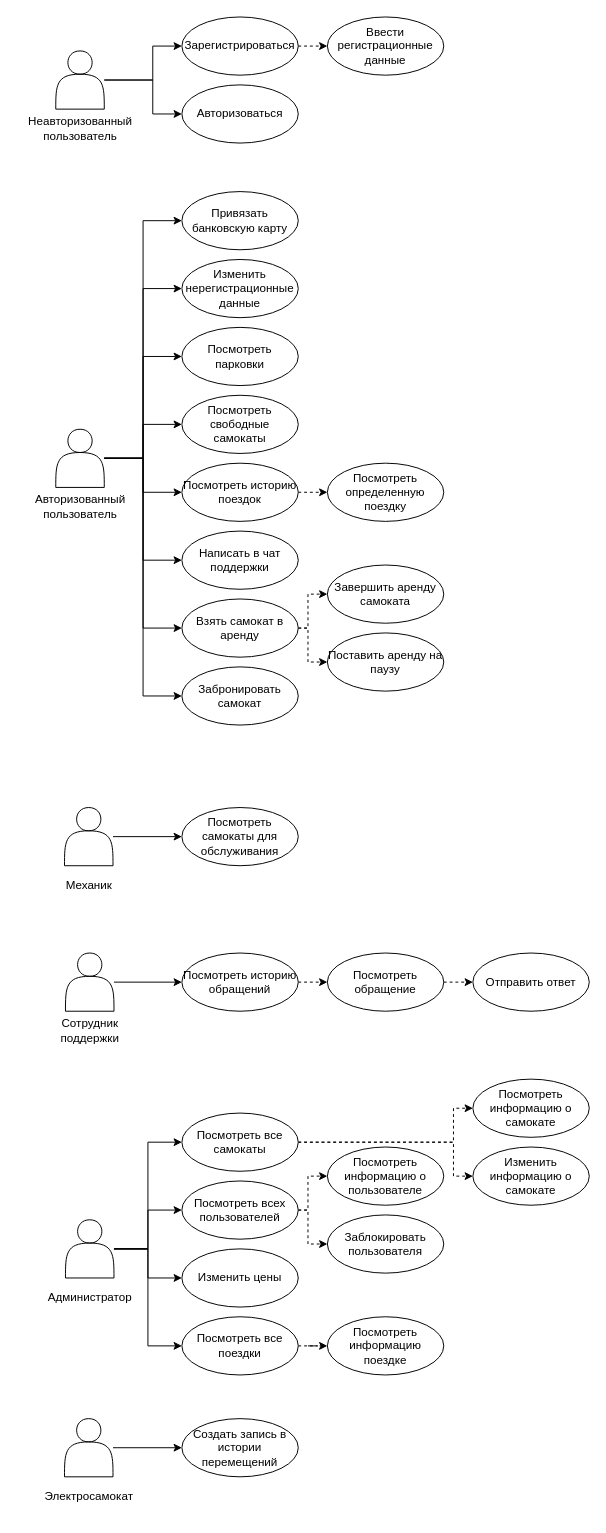
This is docs/inc/img/use-cases.drawio from matveycodes/bmstu-db-cw, a draw.io file, before an edit. Source tidied: cells renumbered, new cells numbered last; positions are measured from the earlier drawing's top-left corner, leaving out a move shared by most shapes. Both pictures are drawn from the tidied source at 97%, with x=0, y=0 at pixel (16, 16).
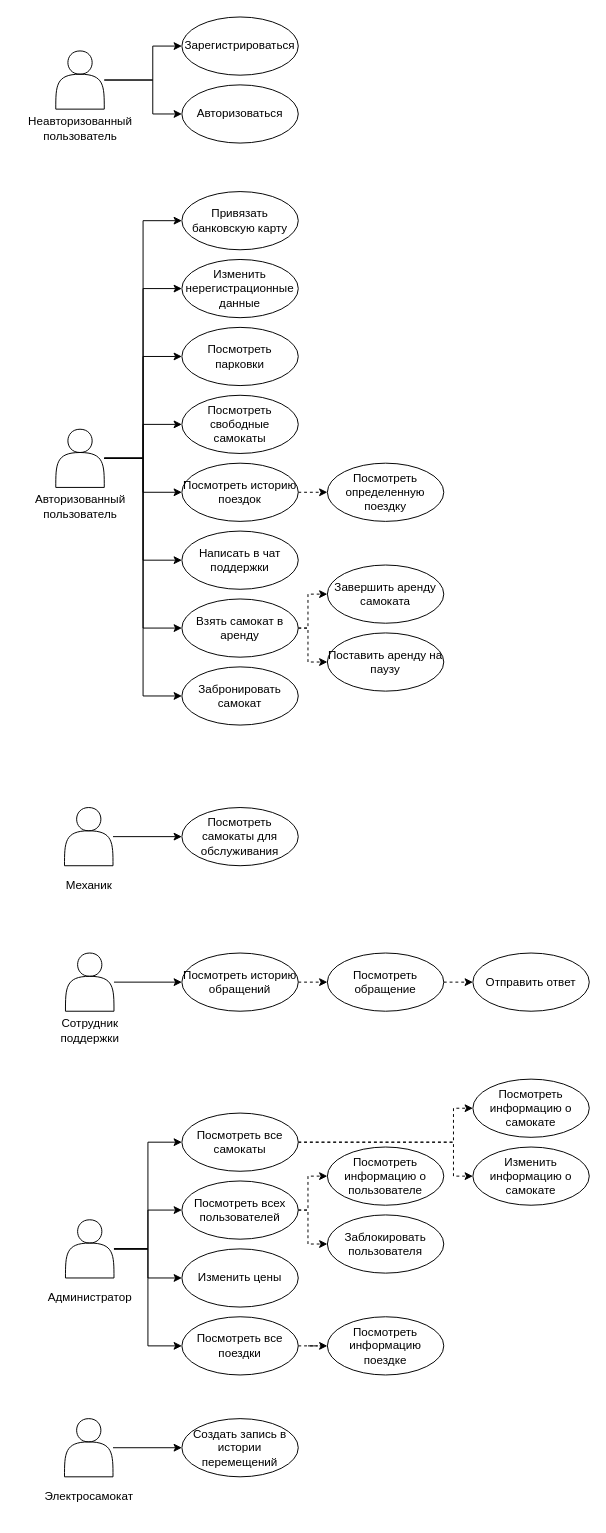
The same page after the edit.

Unchanged cells that the change refers to:
```xml
<mxCell id="5" value="Зарегистрироваться" style="ellipse;whiteSpace=wrap;html=1;" parent="1" vertex="1">
  <mxGeometry x="170" width="120" height="60" as="geometry" />
</mxCell>
```

Change to the diagram source:
```diff
@@
-    <mxCell id="4" style="edgeStyle=orthogonalEdgeStyle;rounded=0;jettySize=auto;html=1;exitX=1;exitY=0.5;exitDx=0;exitDy=0;entryX=0;entryY=0.5;entryDx=0;entryDy=0;dashed=1;" parent="1" edge="1" source="5" target="7">
-      <mxGeometry relative="1" as="geometry" />
-    </mxCell>
@@
-    <mxCell id="7" value="Ввести регистрационные данные" style="ellipse;whiteSpace=wrap;html=1;" parent="1" vertex="1">
-      <mxGeometry x="320" width="120" height="60" as="geometry" />
-    </mxCell>
```
